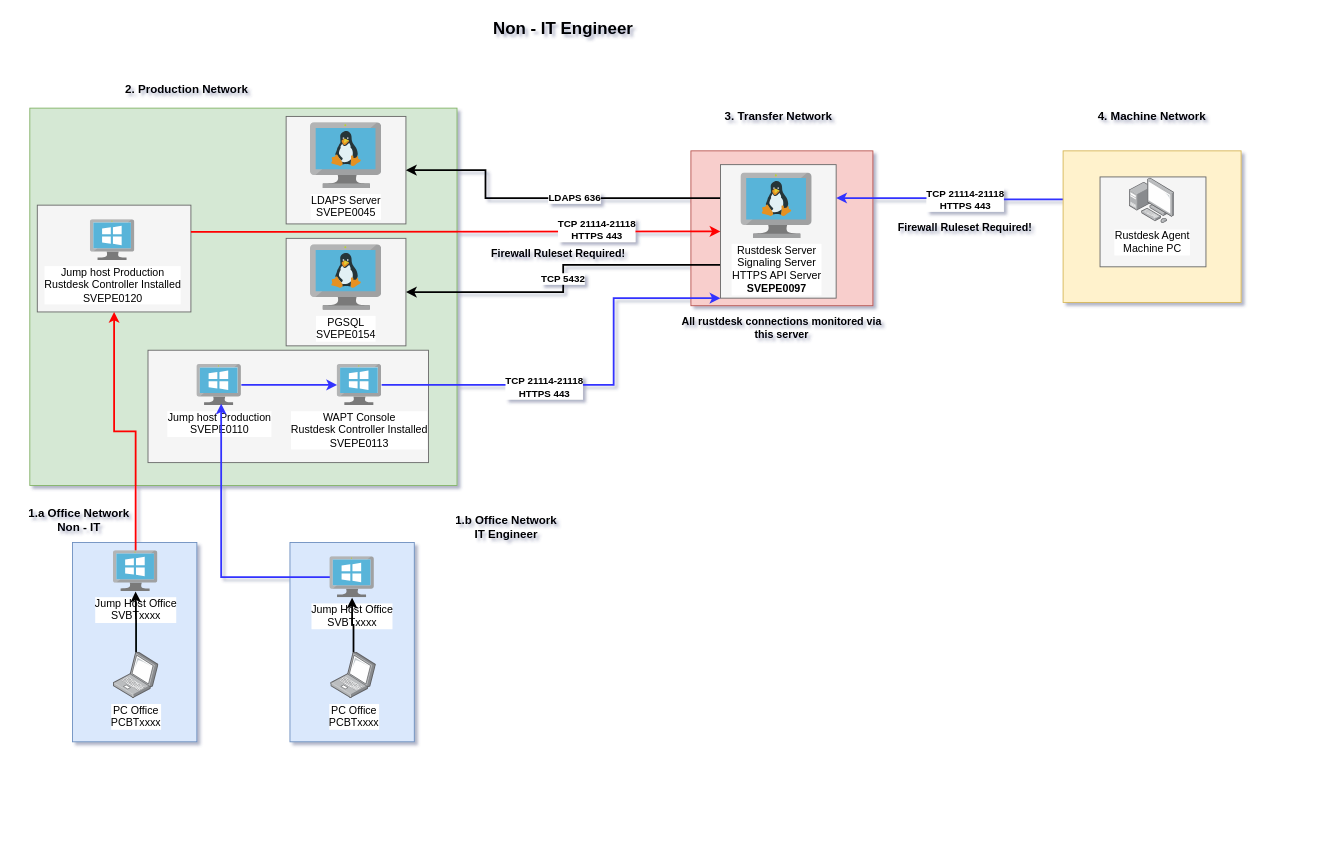
Above: page "All" (2 of 3) of rustdesk.drawio in iippam/proyek-01 (draw.io), before the change. Source tidied: cells renumbered, new cells numbered last; positions are measured from the earlier drawing's top-left corner, leaving out a move shared by most shapes. Both pictures are drawn from the tidied source at 89%, with x=0, y=0 at pixel (15, 15).
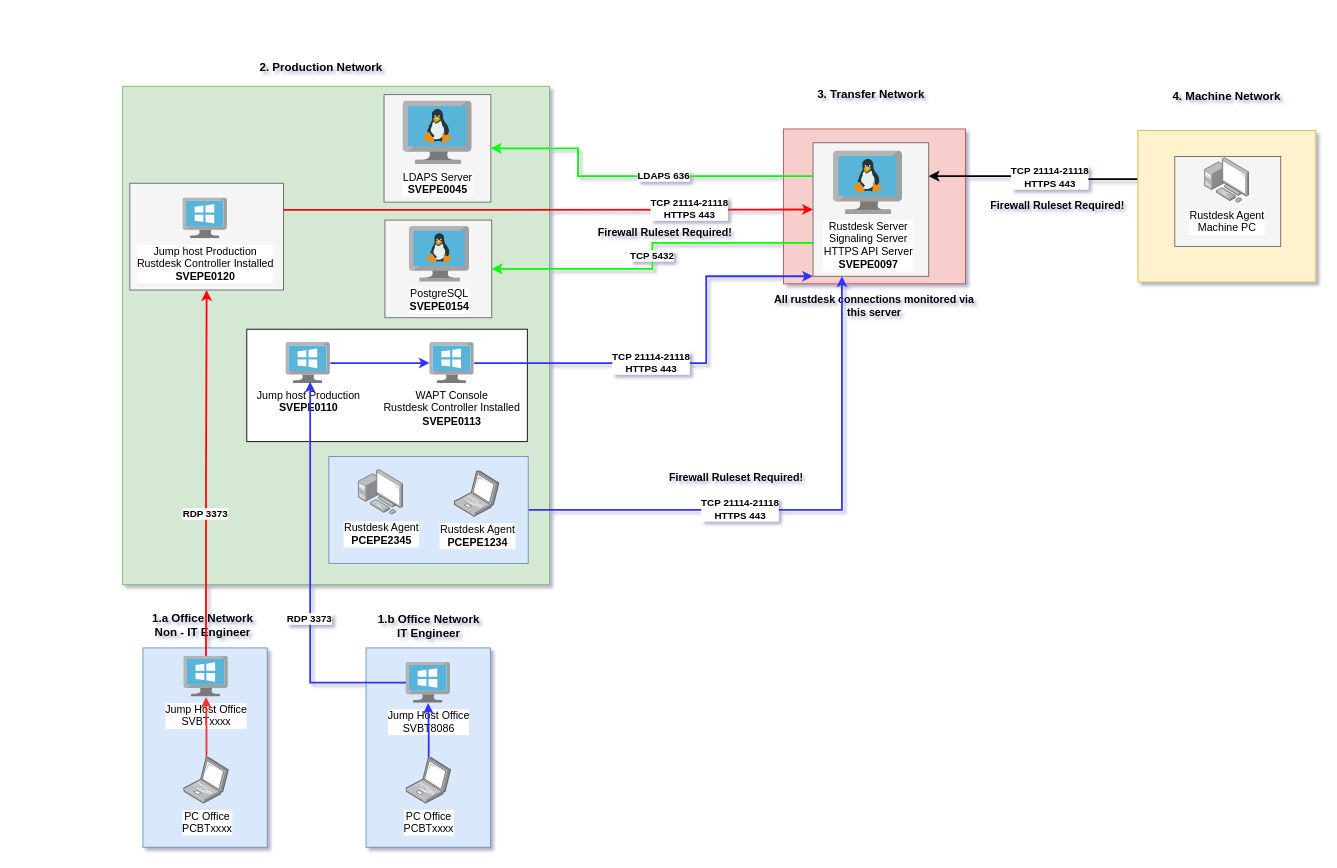
Above is the later version.

Unchanged cells that the change refers to:
```xml
<mxCell id="27" style="edgeStyle=orthogonalEdgeStyle;rounded=0;jettySize=auto;html=1;strokeWidth=2;strokeColor=light-dark(#ff0000, #ededed);entryX=0.5;entryY=1;entryDx=0;entryDy=0;" parent="1" edge="1" source="28" target="4">
  <mxGeometry relative="1" as="geometry" />
</mxCell>
<mxCell id="47" style="edgeStyle=orthogonalEdgeStyle;rounded=0;jettySize=auto;html=1;entryX=0.546;entryY=0.957;entryDx=0;entryDy=0;entryPerimeter=0;strokeWidth=2;strokeColor=#3333FF;" parent="1" edge="1" source="37" target="43">
  <mxGeometry relative="1" as="geometry" />
</mxCell>
```

Change to the diagram source:
```diff
@@
     <mxCell id="2" style="rounded=0;whiteSpace=wrap;html=1;fillColor=#dae8fc;strokeColor=#6c8ebf;" parent="1" vertex="1">
-      <mxGeometry x="64" y="592" width="139.7" height="224" as="geometry" />
+      <mxGeometry x="143.1" y="710.5" width="139.7" height="224" as="geometry" />
     </mxCell>
     <mxCell id="3" style="rounded=0;whiteSpace=wrap;html=1;fillColor=#d5e8d4;strokeColor=#82b366;" parent="1" vertex="1">
-      <mxGeometry x="16" y="104" width="480" height="424" as="geometry" />
+      <mxGeometry x="120" y="79.5" width="480" height="560" as="geometry" />
     </mxCell>
     <mxCell id="4" style="rounded=0;whiteSpace=wrap;html=1;fillColor=#f5f5f5;strokeColor=#666666;fontColor=#333333;" parent="1" vertex="1">
-      <mxGeometry x="24.4" y="213" width="172.6" height="120" as="geometry" />
+      <mxGeometry x="128.4" y="188.4" width="172.6" height="120" as="geometry" />
     </mxCell>
     <mxCell id="5" style="rounded=0;whiteSpace=wrap;html=1;fillColor=#f8cecc;strokeColor=#b85450;" parent="1" vertex="1">
-      <mxGeometry x="758.8" y="152" width="204.5" height="174" as="geometry" />
+      <mxGeometry x="862.8" y="127.4" width="204.5" height="174" as="geometry" />
     </mxCell>
     <mxCell id="6" style="rounded=0;whiteSpace=wrap;html=1;fillColor=#f5f5f5;strokeColor=#666666;fontColor=#333333;" parent="1" vertex="1">
-      <mxGeometry x="304" y="113.3" width="134.6" height="120.8" as="geometry" />
+      <mxGeometry x="414" y="88.8" width="120" height="120.8" as="geometry" />
     </mxCell>
-    <mxCell id="7" style="edgeStyle=orthogonalEdgeStyle;rounded=0;jettySize=auto;html=1;exitX=0;exitY=0.75;exitDx=0;exitDy=0;entryX=1;entryY=0.5;entryDx=0;entryDy=0;strokeWidth=2;" parent="1" edge="1" source="11" target="32">
+    <mxCell id="7" style="edgeStyle=orthogonalEdgeStyle;rounded=0;jettySize=auto;html=1;exitX=0;exitY=0.75;exitDx=0;exitDy=0;entryX=1;entryY=0.5;entryDx=0;entryDy=0;strokeWidth=2;strokeColor=#00FF00;" parent="1" edge="1" source="11" target="32">
       <mxGeometry relative="1" as="geometry" />
     </mxCell>
@@
-    <mxCell id="9" style="edgeStyle=orthogonalEdgeStyle;rounded=0;jettySize=auto;html=1;exitX=0;exitY=0.25;exitDx=0;exitDy=0;entryX=1;entryY=0.5;entryDx=0;entryDy=0;strokeWidth=2;" parent="1" edge="1" source="11" target="6">
+    <mxCell id="9" style="edgeStyle=orthogonalEdgeStyle;rounded=0;jettySize=auto;html=1;exitX=0;exitY=0.25;exitDx=0;exitDy=0;entryX=1;entryY=0.5;entryDx=0;entryDy=0;strokeWidth=2;strokeColor=#00FF00;" parent="1" edge="1" source="11" target="6">
       <mxGeometry relative="1" as="geometry">
         <Array as="points">
-          <mxPoint x="528" y="205" />
-          <mxPoint x="528" y="174" />
+          <mxPoint x="632" y="180.4" />
+          <mxPoint x="632" y="149.4" />
         </Array>
       </mxGeometry>
     </mxCell>
@@
     <mxCell id="11" style="rounded=0;whiteSpace=wrap;html=1;fillColor=#f5f5f5;strokeColor=#666666;fontColor=#333333;" parent="1" vertex="1">
-      <mxGeometry x="792" y="167.5" width="130" height="150" as="geometry" />
+      <mxGeometry x="896" y="142.9" width="130" height="150" as="geometry" />
     </mxCell>
-    <mxCell id="12" style="edgeStyle=orthogonalEdgeStyle;rounded=0;jettySize=auto;html=1;exitX=0;exitY=0.25;exitDx=0;exitDy=0;entryX=1;entryY=0.25;entryDx=0;entryDy=0;strokeColor=#3333FF;strokeWidth=2;" parent="1" edge="1" source="15" target="11">
+    <mxCell id="12" style="edgeStyle=orthogonalEdgeStyle;rounded=0;jettySize=auto;html=1;exitX=0;exitY=0.25;exitDx=0;exitDy=0;entryX=1;entryY=0.25;entryDx=0;entryDy=0;strokeColor=#000000;strokeWidth=2;" parent="1" edge="1" source="15" target="11">
       <mxGeometry relative="1" as="geometry" />
     </mxCell>
@@
     <mxCell id="14" style="rounded=0;whiteSpace=wrap;html=1;fillColor=#fff2cc;strokeColor=#d6b656;" parent="1" vertex="1">
-      <mxGeometry x="1177" y="152" width="200" height="170.3" as="geometry" />
+      <mxGeometry x="1261" y="129.1" width="200" height="170.3" as="geometry" />
     </mxCell>
     <mxCell id="15" style="rounded=0;whiteSpace=wrap;html=1;fillColor=#f5f5f5;strokeColor=#666666;fontColor=#333333;" parent="1" vertex="1">
-      <mxGeometry x="1218.5" y="181.3" width="119" height="101" as="geometry" />
+      <mxGeometry x="1302.5" y="158.4" width="119" height="101" as="geometry" />
     </mxCell>
     <mxCell id="16" value="&lt;b&gt;4. Machine Network&lt;/b&gt;" style="text;html=1;align=center;verticalAlign=middle;whiteSpace=wrap;rounded=0;fontSize=13;" parent="1" vertex="1">
-      <mxGeometry x="1208" y="97.5" width="138" height="30" as="geometry" />
+      <mxGeometry x="1292" y="74.7" width="138" height="30" as="geometry" />
     </mxCell>
-    <mxCell id="17" value="Jump host Production&lt;div&gt;Rustdesk Controller Installed&lt;/div&gt;&lt;div&gt;SVEPE0120&lt;/div&gt;" style="image;sketch=0;html=1;align=center;fontSize=12;image=img/lib/mscae/VirtualMachineWindows.svg;" parent="1" vertex="1">
-      <mxGeometry x="84" y="229.3" width="50" height="46" as="geometry" />
+    <mxCell id="17" value="Jump host Production&lt;div&gt;Rustdesk Controller Installed&lt;/div&gt;&lt;div&gt;&lt;b&gt;SVEPE0120&lt;/b&gt;&lt;/div&gt;" style="image;sketch=0;html=1;align=center;fontSize=12;image=img/lib/mscae/VirtualMachineWindows.svg;" parent="1" vertex="1">
+      <mxGeometry x="188" y="204.8" width="50" height="46" as="geometry" />
     </mxCell>
     <mxCell id="18" value="Rustdesk Server&lt;br&gt;&lt;div&gt;Signaling Server&lt;br&gt;HTTPS API Server&lt;br&gt;&lt;b&gt;SVEPE0097&lt;/b&gt;&lt;/div&gt;" style="image;sketch=0;html=1;align=center;fontSize=12;image=img/lib/mscae/VM_Linux.svg;" parent="1" vertex="1">
-      <mxGeometry x="815" y="176.7" width="80" height="73.6" as="geometry" />
+      <mxGeometry x="919" y="152.1" width="77.5" height="71.3" as="geometry" />
     </mxCell>
     <mxCell id="19" value="&lt;div&gt;Rustdesk Agent&lt;/div&gt;Machine PC" style="sketch=0;shadow=0;dashed=0;html=1;strokeColor=none;fillColor=#00BEF2;labelPosition=center;verticalLabelPosition=bottom;verticalAlign=top;align=center;shape=image;labelBackgroundColor=default;image=img/lib/allied_telesis/computer_and_terminals/Personal_Computer_with_Server.svg;" parent="1" vertex="1">
-      <mxGeometry x="1251.5" y="182.1" width="51" height="52" as="geometry" />
+      <mxGeometry x="1335.5" y="159.2" width="51" height="52" as="geometry" />
     </mxCell>
     <mxCell id="20" value="&lt;b&gt;2. Production Network&lt;/b&gt;" style="text;html=1;align=center;verticalAlign=middle;whiteSpace=wrap;rounded=0;fontSize=13;" parent="1" vertex="1">
-      <mxGeometry x="120.8" y="67.5" width="142.5" height="30" as="geometry" />
+      <mxGeometry x="271.5" y="43" width="142.5" height="30" as="geometry" />
     </mxCell>
     <mxCell id="21" value="&lt;b&gt;All rustdesk connections monitored via this server&lt;/b&gt;" style="text;html=1;align=center;verticalAlign=middle;whiteSpace=wrap;rounded=0;" parent="1" vertex="1">
-      <mxGeometry x="737.2" y="336" width="247.5" height="30" as="geometry" />
+      <mxGeometry x="841.2" y="311.4" width="247.5" height="30" as="geometry" />
     </mxCell>
     <mxCell id="22" value="&lt;div&gt;&lt;b&gt;Firewall Ruleset Required!&lt;/b&gt;&lt;/div&gt;" style="text;html=1;align=center;verticalAlign=middle;whiteSpace=wrap;rounded=0;" parent="1" vertex="1">
-      <mxGeometry x="977" y="224" width="180" height="30" as="geometry" />
+      <mxGeometry x="1081" y="199.4" width="180" height="30" as="geometry" />
     </mxCell>
-    <mxCell id="23" value="&lt;b&gt;Non - IT Engineer&lt;/b&gt;" style="text;html=1;align=center;verticalAlign=middle;whiteSpace=wrap;rounded=0;fontSize=19;strokeWidth=2;" parent="1" vertex="1">
-      <mxGeometry x="456" width="319.2" height="30" as="geometry" />
-    </mxCell>
     <mxCell id="24" value="&lt;b&gt;3. Transfer Network&lt;/b&gt;" style="text;html=1;align=center;verticalAlign=middle;whiteSpace=wrap;rounded=0;fontSize=13;" parent="1" vertex="1">
-      <mxGeometry x="780.5" y="97.5" width="153" height="30" as="geometry" />
+      <mxGeometry x="884.5" y="73" width="153" height="30" as="geometry" />
     </mxCell>
-    <mxCell id="25" value="LDAPS Server&lt;div&gt;SVEPE0045&lt;/div&gt;" style="image;sketch=0;html=1;align=center;fontSize=12;image=img/lib/mscae/VM_Linux.svg;" parent="1" vertex="1">
-      <mxGeometry x="331.3" y="120.5" width="80" height="73.6" as="geometry" />
+    <mxCell id="25" value="LDAPS Server&lt;div&gt;&lt;b&gt;SVEPE0045&lt;/b&gt;&lt;/div&gt;" style="image;sketch=0;html=1;align=center;fontSize=12;image=img/lib/mscae/VM_Linux.svg;" parent="1" vertex="1">
+      <mxGeometry x="435.3" y="96" width="77.7" height="71.5" as="geometry" />
     </mxCell>
-    <mxCell id="26" value="&lt;b&gt;1.a Office Network&lt;/b&gt;&lt;div&gt;&lt;b&gt;Non - IT&lt;/b&gt;&lt;/div&gt;" style="text;html=1;align=center;verticalAlign=middle;whiteSpace=wrap;rounded=0;fontSize=13;" parent="1" vertex="1">
-      <mxGeometry y="552" width="142.5" height="30" as="geometry" />
+    <mxCell id="26" value="&lt;b&gt;1.a Office Network&lt;/b&gt;&lt;div&gt;&lt;b&gt;Non - IT Engineer&lt;/b&gt;&lt;/div&gt;" style="text;html=1;align=center;verticalAlign=middle;whiteSpace=wrap;rounded=0;fontSize=13;" parent="1" vertex="1">
+      <mxGeometry x="139" y="670.4" width="142.5" height="30" as="geometry" />
     </mxCell>
@@
+    <mxCell id="48" value="&lt;b&gt;RDP 3373&lt;/b&gt;" style="edgeLabel;html=1;align=center;verticalAlign=middle;" parent="27" vertex="1">
+      <mxGeometry x="0.04" relative="1" as="geometry">
+        <mxPoint x="-2" y="53" as="offset" />
+      </mxGeometry>
+    </mxCell>
     <mxCell id="28" value="Jump Host Office&lt;div&gt;SVBTxxxx&lt;/div&gt;" style="image;sketch=0;html=1;points=[];align=center;fontSize=12;image=img/lib/mscae/VirtualMachineWindows.svg;" parent="1" vertex="1">
-      <mxGeometry x="109.9" y="601.2" width="50" height="46" as="geometry" />
+      <mxGeometry x="189" y="719.7" width="50" height="46" as="geometry" />
     </mxCell>
-    <mxCell id="29" style="edgeStyle=orthogonalEdgeStyle;rounded=0;jettySize=auto;html=1;strokeWidth=2;" parent="1" edge="1" source="30" target="28">
+    <mxCell id="29" style="edgeStyle=orthogonalEdgeStyle;rounded=0;jettySize=auto;html=1;strokeWidth=2;strokeColor=#FF3333;" parent="1" edge="1" source="30" target="28">
       <mxGeometry relative="1" as="geometry" />
     </mxCell>
     <mxCell id="30" value="&lt;div&gt;PC Office&lt;/div&gt;&lt;div&gt;PCBTxxxx&lt;/div&gt;" style="sketch=0;shadow=0;dashed=0;html=1;strokeColor=none;fillColor=#00BEF2;labelPosition=center;verticalLabelPosition=bottom;verticalAlign=top;outlineConnect=0;align=center;shape=image;labelBackgroundColor=default;image=img/lib/allied_telesis/computer_and_terminals/Laptop.svg;points=[];" parent="1" vertex="1">
-      <mxGeometry x="109.9" y="715.2" width="51" height="52" as="geometry" />
+      <mxGeometry x="189" y="833.7" width="51" height="52" as="geometry" />
     </mxCell>
     <mxCell id="31" value="&lt;div&gt;&lt;b&gt;Firewall Ruleset Required!&lt;/b&gt;&lt;/div&gt;" style="text;html=1;align=center;verticalAlign=middle;whiteSpace=wrap;rounded=0;" parent="1" vertex="1">
-      <mxGeometry x="520" y="254.4" width="180" height="27.9" as="geometry" />
+      <mxGeometry x="640" y="229.8" width="180" height="27.9" as="geometry" />
     </mxCell>
     <mxCell id="32" style="rounded=0;whiteSpace=wrap;html=1;fillColor=#f5f5f5;strokeColor=#666666;fontColor=#333333;" parent="1" vertex="1">
-      <mxGeometry x="304" y="250.3" width="134.6" height="120.8" as="geometry" />
+      <mxGeometry x="415" y="229.8" width="120" height="109.7" as="geometry" />
     </mxCell>
-    <mxCell id="33" value="PGSQL&lt;div&gt;SVEPE0154&lt;/div&gt;" style="image;sketch=0;html=1;align=center;fontSize=12;image=img/lib/mscae/VM_Linux.svg;" parent="1" vertex="1">
-      <mxGeometry x="331.3" y="257.5" width="80" height="73.6" as="geometry" />
+    <mxCell id="33" value="PostgreSQL&lt;div&gt;&lt;b&gt;SVEPE0154&lt;/b&gt;&lt;/div&gt;" style="image;sketch=0;html=1;align=center;fontSize=12;image=img/lib/mscae/VM_Linux.svg;" parent="1" vertex="1">
+      <mxGeometry x="442.3" y="236.9" width="68" height="62.5" as="geometry" />
     </mxCell>
     <mxCell id="34" style="edgeStyle=orthogonalEdgeStyle;rounded=0;jettySize=auto;html=1;exitX=1;exitY=0.25;exitDx=0;exitDy=0;entryX=0;entryY=0.5;entryDx=0;entryDy=0;strokeWidth=2;strokeColor=light-dark(#ff0000, #ededed);" parent="1" edge="1" source="4" target="11">
       <mxGeometry relative="1" as="geometry">
         <Array as="points">
-          <mxPoint x="280" y="243" />
+          <mxPoint x="384" y="218.4" />
         </Array>
       </mxGeometry>
     </mxCell>
@@
     <mxCell id="36" style="rounded=0;whiteSpace=wrap;html=1;fillColor=#dae8fc;strokeColor=#6c8ebf;" parent="1" vertex="1">
-      <mxGeometry x="308.3" y="592" width="139.7" height="224" as="geometry" />
+      <mxGeometry x="393.8" y="710.5" width="139.7" height="224" as="geometry" />
     </mxCell>
-    <mxCell id="37" value="Jump Host Office&lt;div&gt;SVBTxxxx&lt;/div&gt;" style="image;sketch=0;html=1;points=[];align=center;fontSize=12;image=img/lib/mscae/VirtualMachineWindows.svg;" parent="1" vertex="1">
-      <mxGeometry x="353.1" y="608" width="50" height="46" as="geometry" />
+    <mxCell id="37" value="Jump Host Office&lt;div&gt;SVBT8086&lt;/div&gt;" style="image;sketch=0;html=1;points=[];align=center;fontSize=12;image=img/lib/mscae/VirtualMachineWindows.svg;" parent="1" vertex="1">
+      <mxGeometry x="438.6" y="726.5" width="50" height="46" as="geometry" />
     </mxCell>
-    <mxCell id="38" style="edgeStyle=orthogonalEdgeStyle;rounded=0;jettySize=auto;html=1;strokeWidth=2;" parent="1" edge="1" source="39" target="37">
+    <mxCell id="38" style="edgeStyle=orthogonalEdgeStyle;rounded=0;jettySize=auto;html=1;strokeWidth=2;strokeColor=#3333FF;" parent="1" edge="1" source="39" target="37">
       <mxGeometry relative="1" as="geometry" />
     </mxCell>
     <mxCell id="39" value="&lt;div&gt;PC Office&lt;/div&gt;&lt;div&gt;PCBTxxxx&lt;/div&gt;" style="sketch=0;shadow=0;dashed=0;html=1;strokeColor=none;fillColor=#00BEF2;labelPosition=center;verticalLabelPosition=bottom;verticalAlign=top;outlineConnect=0;align=center;shape=image;labelBackgroundColor=default;image=img/lib/allied_telesis/computer_and_terminals/Laptop.svg;points=[];" parent="1" vertex="1">
-      <mxGeometry x="354.2" y="715.2" width="51" height="52" as="geometry" />
+      <mxGeometry x="438.7" y="833.7" width="51" height="52" as="geometry" />
     </mxCell>
     <mxCell id="40" value="&lt;b&gt;1.b Office Network&lt;/b&gt;&lt;div&gt;&lt;b&gt;IT Engineer&lt;/b&gt;&lt;/div&gt;" style="text;html=1;align=center;verticalAlign=middle;whiteSpace=wrap;rounded=0;fontSize=13;" parent="1" vertex="1">
-      <mxGeometry x="480" y="560" width="142.5" height="30" as="geometry" />
+      <mxGeometry x="392.5" y="671.4" width="142.5" height="30" as="geometry" />
     </mxCell>
-    <mxCell id="41" style="rounded=0;whiteSpace=wrap;html=1;fillColor=#f5f5f5;strokeColor=#666666;fontColor=#333333;" parent="1" vertex="1">
-      <mxGeometry x="148.8" y="376" width="315.2" height="126.3" as="geometry" />
+    <mxCell id="41" style="rounded=0;whiteSpace=wrap;html=1;" parent="1" vertex="1">
+      <mxGeometry x="259.8" y="352.4" width="315.2" height="126.3" as="geometry" />
     </mxCell>
@@
-    <mxCell id="43" value="Jump host Production&lt;div&gt;&lt;span style=&quot;background-color: light-dark(#ffffff, var(--ge-dark-color, #121212)); color: light-dark(rgb(0, 0, 0), rgb(255, 255, 255));&quot;&gt;SVEPE0110&lt;/span&gt;&lt;/div&gt;" style="image;sketch=0;html=1;points=[];align=center;fontSize=12;image=img/lib/mscae/VirtualMachineWindows.svg;" parent="1" vertex="1">
-      <mxGeometry x="203.7" y="392" width="50" height="46" as="geometry" />
+    <mxCell id="43" value="Jump host Production&lt;div&gt;&lt;span style=&quot;background-color: light-dark(#ffffff, var(--ge-dark-color, #121212)); color: light-dark(rgb(0, 0, 0), rgb(255, 255, 255));&quot;&gt;&lt;b&gt;SVEPE0110&lt;/b&gt;&lt;/span&gt;&lt;/div&gt;" style="image;sketch=0;html=1;points=[];align=center;fontSize=12;image=img/lib/mscae/VirtualMachineWindows.svg;" parent="1" vertex="1">
+      <mxGeometry x="303.7" y="367.4" width="50" height="46" as="geometry" />
     </mxCell>
     <mxCell id="44" style="edgeStyle=orthogonalEdgeStyle;rounded=0;jettySize=auto;html=1;entryX=0;entryY=1;entryDx=0;entryDy=0;strokeWidth=2;strokeColor=#3333FF;" parent="1" edge="1" source="46" target="11">
       <mxGeometry relative="1" as="geometry">
         <Array as="points">
-          <mxPoint x="672" y="415" />
-          <mxPoint x="672" y="318" />
+          <mxPoint x="776" y="390.4" />
+          <mxPoint x="776" y="293.4" />
         </Array>
       </mxGeometry>
     </mxCell>
     <mxCell id="45" value="&lt;b&gt;TCP&amp;nbsp;21114-21118&lt;/b&gt;&lt;div&gt;&lt;b&gt;HTTPS 443&lt;/b&gt;&lt;/div&gt;" style="edgeLabel;html=1;align=center;verticalAlign=middle;" parent="44" vertex="1">
-      <mxGeometry x="-0.24" y="-2" relative="1" as="geometry" />
+      <mxGeometry x="-0.24" y="-2" relative="1" as="geometry">
+        <mxPoint x="16" y="-3" as="offset" />
+      </mxGeometry>
     </mxCell>
-    <mxCell id="46" value="WAPT Console&lt;div&gt;Rustdesk Controller Installed&lt;/div&gt;&lt;div&gt;SVEPE0113&lt;/div&gt;" style="image;sketch=0;html=1;points=[];align=center;fontSize=12;image=img/lib/mscae/VirtualMachineWindows.svg;" parent="1" vertex="1">
-      <mxGeometry x="361.3" y="392" width="50" height="46" as="geometry" />
+    <mxCell id="46" value="WAPT Console&lt;div&gt;Rustdesk Controller Installed&lt;/div&gt;&lt;div&gt;&lt;b&gt;SVEPE0113&lt;/b&gt;&lt;/div&gt;" style="image;sketch=0;html=1;points=[];align=center;fontSize=12;image=img/lib/mscae/VirtualMachineWindows.svg;" parent="1" vertex="1">
+      <mxGeometry x="465.3" y="367.4" width="50" height="46" as="geometry" />
     </mxCell>
@@
+    <mxCell id="49" value="&lt;b&gt;RDP 3373&lt;/b&gt;" style="edgeLabel;html=1;align=center;verticalAlign=middle;" parent="47" vertex="1">
+      <mxGeometry x="0.15" y="-1" relative="1" as="geometry">
+        <mxPoint x="-3" y="76" as="offset" />
+      </mxGeometry>
+    </mxCell>
+    <mxCell id="50" style="edgeStyle=orthogonalEdgeStyle;rounded=0;jettySize=auto;html=1;entryX=0.25;entryY=1;entryDx=0;entryDy=0;strokeColor=#3333FF;strokeWidth=2;" parent="1" edge="1" source="52" target="11">
+      <mxGeometry relative="1" as="geometry" />
+    </mxCell>
+    <mxCell id="51" value="&lt;b&gt;TCP&amp;nbsp;21114-21118&lt;/b&gt;&lt;div&gt;&lt;b&gt;HTTPS 443&lt;/b&gt;&lt;/div&gt;" style="edgeLabel;html=1;align=center;verticalAlign=middle;" parent="50" vertex="1">
+      <mxGeometry x="-0.23" y="1" relative="1" as="geometry" />
+    </mxCell>
+    <mxCell id="52" style="rounded=0;whiteSpace=wrap;html=1;fillColor=#dae8fc;strokeColor=#6c8ebf;" parent="1" vertex="1">
+      <mxGeometry x="352" y="495.5" width="224" height="120" as="geometry" />
+    </mxCell>
+    <mxCell id="53" value="&lt;div&gt;Rustdesk Agent&lt;/div&gt;&lt;b&gt;PCEPE1234&lt;/b&gt;" style="sketch=0;shadow=0;dashed=0;html=1;strokeColor=none;fillColor=#00BEF2;labelPosition=center;verticalLabelPosition=bottom;verticalAlign=top;align=center;shape=image;labelBackgroundColor=default;image=img/lib/allied_telesis/computer_and_terminals/Laptop.svg;" parent="1" vertex="1">
+      <mxGeometry x="493" y="511.5" width="51" height="52" as="geometry" />
+    </mxCell>
+    <mxCell id="54" value="&lt;div&gt;Rustdesk Agent&lt;/div&gt;&lt;b&gt;PCEPE2345&lt;/b&gt;" style="sketch=0;shadow=0;dashed=0;html=1;strokeColor=none;fillColor=#00BEF2;labelPosition=center;verticalLabelPosition=bottom;verticalAlign=top;align=center;shape=image;labelBackgroundColor=default;image=img/lib/allied_telesis/computer_and_terminals/Personal_Computer_with_Server.svg;" parent="1" vertex="1">
+      <mxGeometry x="385" y="509.5" width="51" height="52" as="geometry" />
+    </mxCell>
+    <mxCell id="55" value="&lt;div&gt;&lt;b&gt;Firewall Ruleset Required!&lt;/b&gt;&lt;/div&gt;" style="text;html=1;align=center;verticalAlign=middle;whiteSpace=wrap;rounded=0;" parent="1" vertex="1">
+      <mxGeometry x="720" y="503.5" width="180" height="30" as="geometry" />
+    </mxCell>
```
